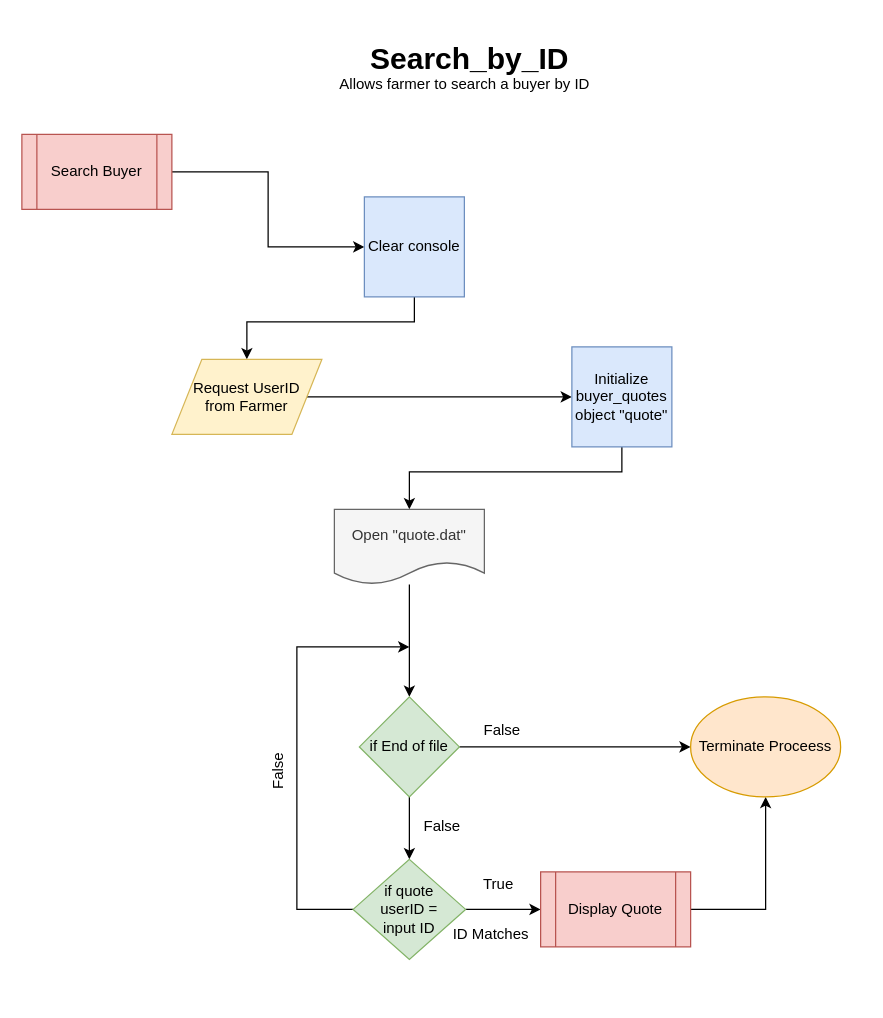
The draw.io diagram Flow Charts/14. Search by ID.drawio in dhruvbanerjee77/FARMHOUSE-A-Marketing-Portal, before the edit. Source tidied: cells renumbered, new cells numbered last; positions are measured from the earlier drawing's top-left corner, leaving out a move shared by most shapes. Both pictures are drawn from the tidied source at 125%, with x=0, y=0 at pixel (21, 34).
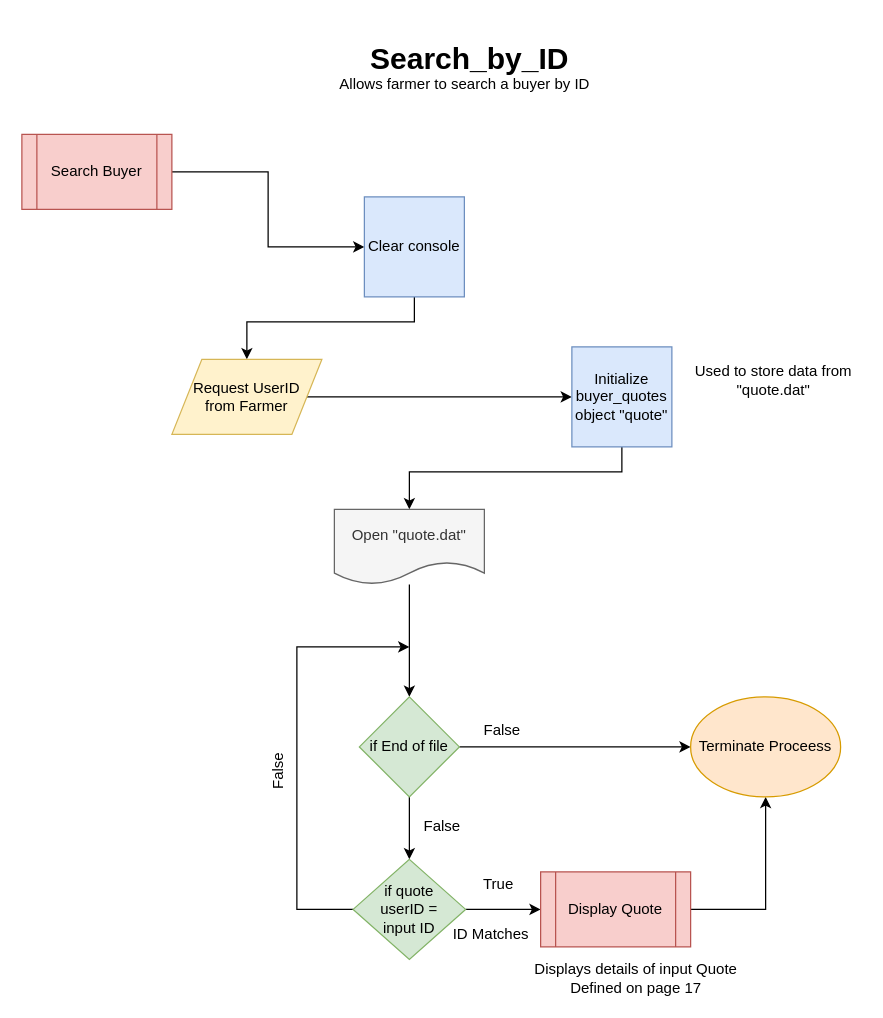
The same page after the edit.

The edit, as a diff of the source:
```diff
@@
+    <mxCell id="28" value="Used to store data from &lt;br&gt;&quot;quote.dat&quot;" style="text;html=1;align=center;verticalAlign=middle;" parent="1" vertex="1">
+      <mxGeometry x="531" y="262" width="140" height="30" as="geometry" />
+    </mxCell>
+    <mxCell id="29" value="Displays details of input Quote&lt;br&gt;Defined on page 17" style="text;html=1;align=center;verticalAlign=middle;" parent="1" vertex="1">
+      <mxGeometry x="401" y="740" width="180" height="30" as="geometry" />
+    </mxCell>
```
